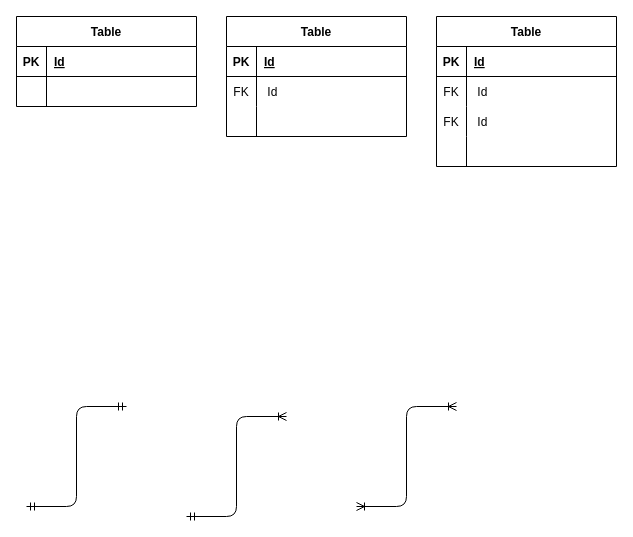
Above: database/ERD_T.drawio in NimrodLoozar/TravelEasy (draw.io), before the change. Source tidied: cells renumbered, new cells numbered last; positions are measured from the earlier drawing's top-left corner, leaving out a move shared by most shapes. Both pictures are drawn from the tidied source at 100%, with x=0, y=0 at pixel (16, 16).
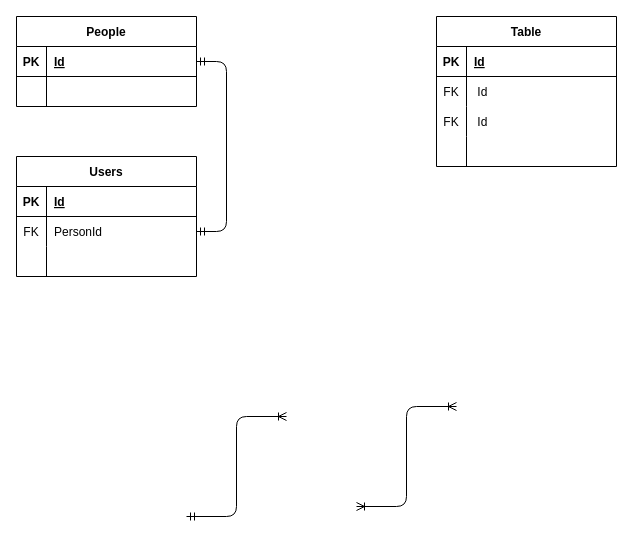
After the change.

Unchanged cells that the change refers to:
```xml
<mxCell id="3" style="shape=tableRow;horizontal=0;startSize=0;swimlaneHead=0;swimlaneBody=0;fillColor=none;points=[[0,0.5],[1,0.5]];portConstraint=eastwest;top=0;left=0;right=0;bottom=1;" parent="2" vertex="1">
  <mxGeometry y="30" width="180" height="30" as="geometry" />
</mxCell>
<mxCell id="29" style="shape=tableRow;horizontal=0;startSize=0;swimlaneHead=0;swimlaneBody=0;fillColor=none;points=[[0,0.5],[1,0.5]];portConstraint=eastwest;top=0;left=0;right=0;bottom=0;" parent="25" vertex="1">
  <mxGeometry y="60" width="180" height="30" as="geometry" />
</mxCell>
```

Change to the diagram source:
```diff
@@
-    <mxCell id="2" value="Table" style="shape=table;startSize=30;childLayout=tableLayout;rowLines=0;fontStyle=1;align=center;" parent="1" vertex="1">
+    <mxCell id="2" value="People" style="shape=table;startSize=30;childLayout=tableLayout;rowLines=0;fontStyle=1;align=center;" parent="1" vertex="1">
       <mxGeometry width="180" height="90" as="geometry" />
     </mxCell>
@@
-    <mxCell id="22" style="edgeStyle=elbowEdgeStyle;fontSize=12;html=1;endArrow=ERmandOne;startArrow=ERmandOne;" parent="1" edge="1">
+    <mxCell id="22" style="edgeStyle=elbowEdgeStyle;fontSize=12;html=1;endArrow=ERmandOne;startArrow=ERmandOne;entryX=1;entryY=0.5;entryDx=0;entryDy=0;exitX=1;exitY=0.5;exitDx=0;exitDy=0;" parent="1" edge="1" source="29" target="3">
       <mxGeometry relative="1" as="geometry">
-        <mxPoint x="10" y="490" as="sourcePoint" />
-        <mxPoint x="110" y="390" as="targetPoint" />
+        <Array as="points">
+          <mxPoint x="210" y="150" />
+        </Array>
       </mxGeometry>
     </mxCell>
@@
-    <mxCell id="25" value="Table" style="shape=table;startSize=30;childLayout=tableLayout;rowLines=0;fontStyle=1;align=center;" parent="1" vertex="1">
-      <mxGeometry x="210" width="180" height="120" as="geometry" />
+    <mxCell id="25" value="Users" style="shape=table;startSize=30;childLayout=tableLayout;rowLines=0;fontStyle=1;align=center;" parent="1" vertex="1">
+      <mxGeometry y="140" width="180" height="120" as="geometry" />
     </mxCell>
@@
-    <mxCell id="31" value=" Id" style="shape=partialRectangle;fillColor=none;top=0;left=0;bottom=0;right=0;align=left;spacingLeft=6;overflow=hidden;" parent="29" vertex="1">
+    <mxCell id="31" value="PersonId" style="shape=partialRectangle;fillColor=none;top=0;left=0;bottom=0;right=0;align=left;spacingLeft=6;overflow=hidden;" parent="29" vertex="1">
       <mxGeometry x="30" width="150" height="30" as="geometry" />
     </mxCell>
```
